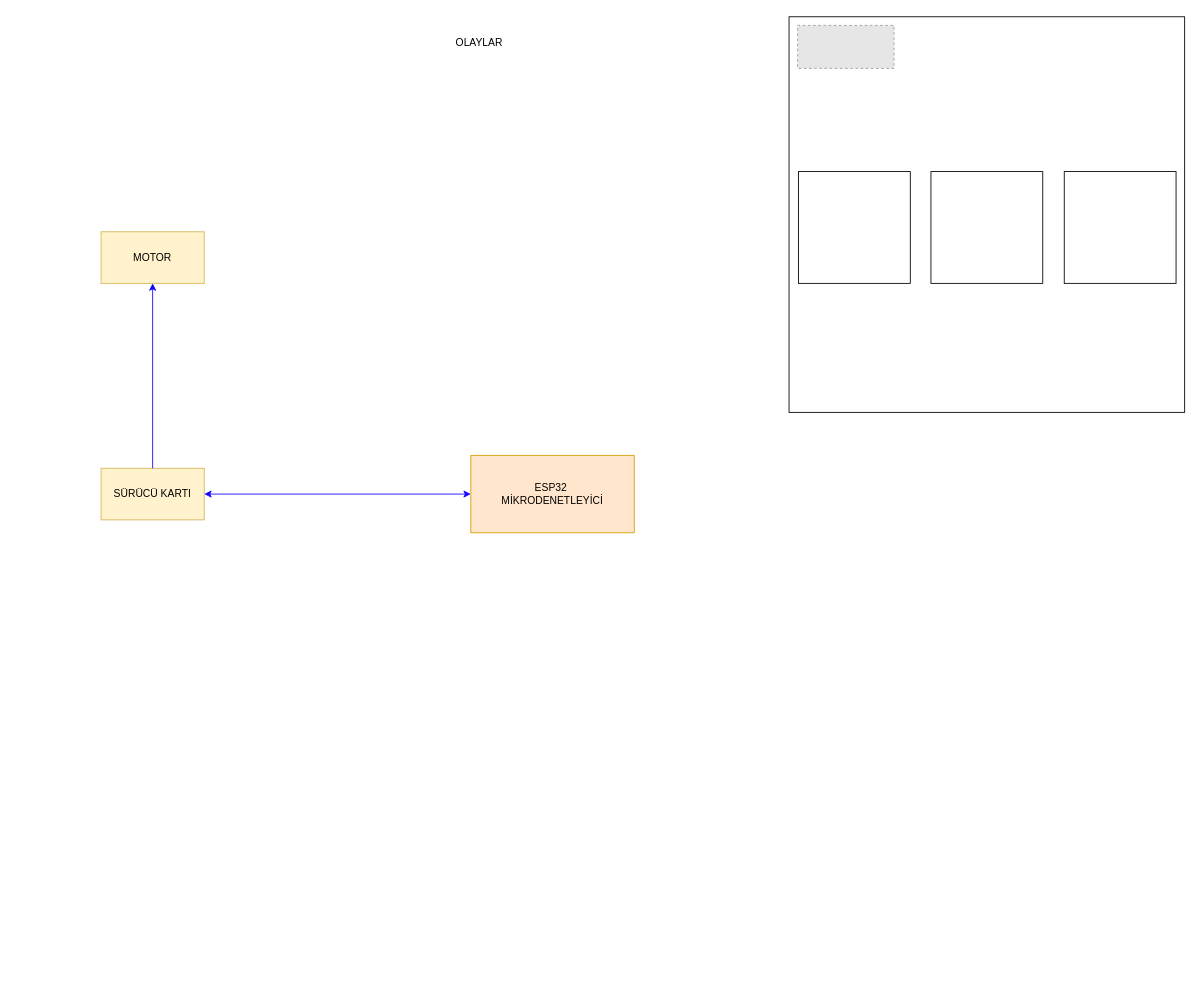
Above: Kaynak/BlockDiagram.drawio in emretemirdev/BabySense (draw.io), before the change. Source tidied: cells renumbered, new cells numbered last; positions are measured from the earlier drawing's top-left corner, leaving out a move shared by most shapes. Both pictures are drawn from the tidied source at 86%, with x=0, y=0 at pixel (101, 16). Pictures stored in the file or linked from it are replaced by grey dashed boxes.
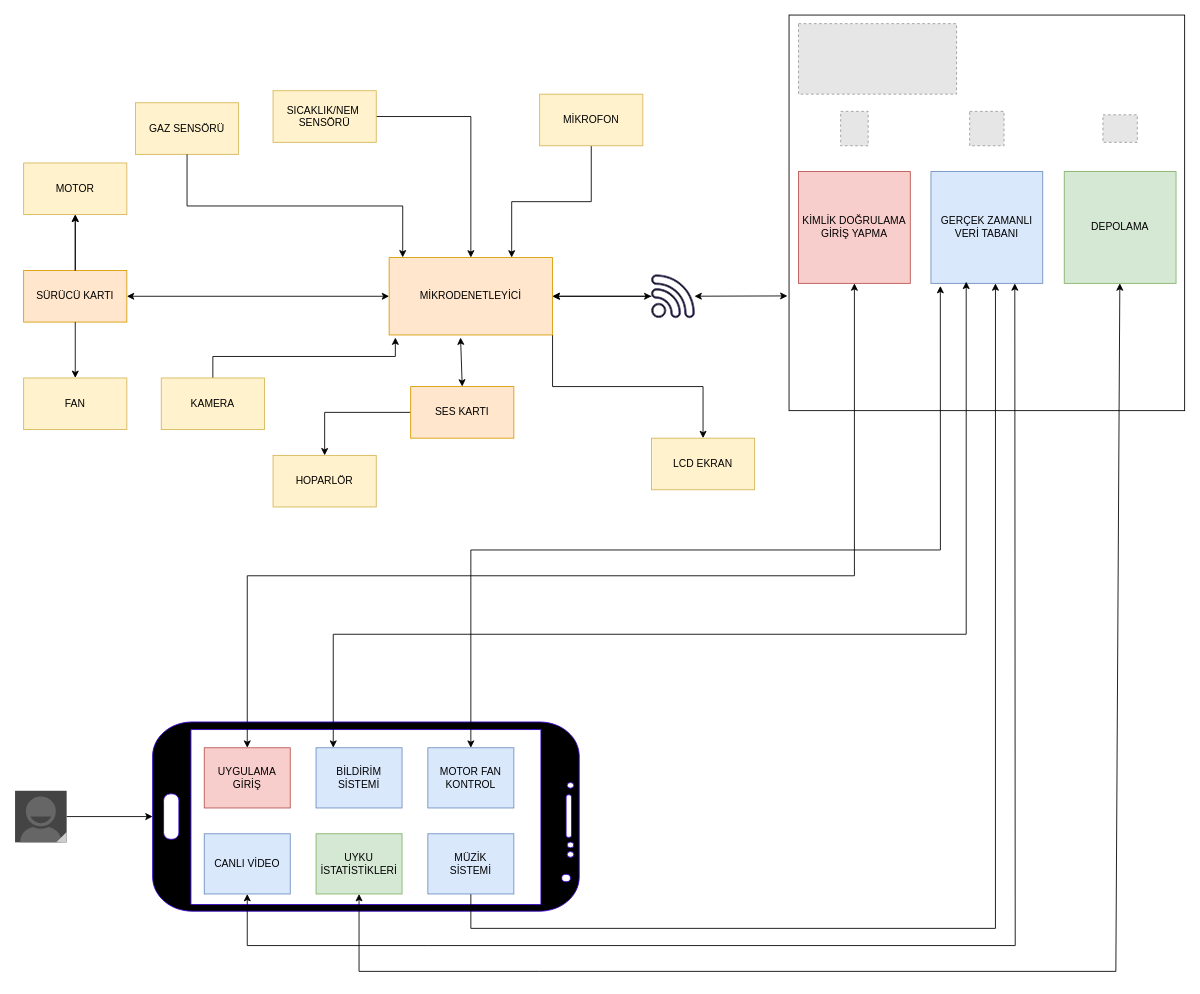
Above is the later version.

Diff of the diagram source:
```diff
@@
+    <mxCell id="13" style="edgeStyle=orthogonalEdgeStyle;rounded=0;jettySize=auto;html=1;entryX=0.5;entryY=0;entryDx=0;entryDy=0;exitX=1;exitY=1;exitDx=0;exitDy=0;" parent="1" edge="1" source="2" target="38">
+      <mxGeometry relative="1" as="geometry" />
+    </mxCell>
-    <mxCell id="2" value="ESP32&amp;nbsp;&lt;br&gt;MİKRODENETLEYİCİ" style="rounded=0;whiteSpace=wrap;html=1;fillColor=#ffe6cc;strokeColor=#d79b00;" parent="1" vertex="1">
-      <mxGeometry x="430" y="510" width="190" height="90" as="geometry" />
+    <mxCell id="2" value="MİKRODENETLEYİCİ" style="rounded=0;whiteSpace=wrap;html=1;fillColor=#ffe6cc;strokeColor=#d79b00;" parent="1" vertex="1">
+      <mxGeometry x="335" y="280" width="190" height="90" as="geometry" />
     </mxCell>
-    <mxCell id="3" value="OLAYLAR" style="text;strokeColor=none;align=center;fillColor=none;html=1;verticalAlign=middle;whiteSpace=wrap;rounded=0;" parent="1" vertex="1">
-      <mxGeometry x="400" width="80" height="60" as="geometry" />
-    </mxCell>
-    <mxCell id="4" value="MOTOR" style="rounded=0;whiteSpace=wrap;html=1;fillColor=#fff2cc;strokeColor=#d6b656;" parent="1" vertex="1">
-      <mxGeometry y="250" width="120" height="60" as="geometry" />
-    </mxCell>
-    <mxCell id="5" value="SÜRÜCÜ KARTI" style="rounded=0;whiteSpace=wrap;html=1;fillColor=#fff2cc;strokeColor=#d6b656;" parent="1" vertex="1">
-      <mxGeometry y="525" width="120" height="60" as="geometry" />
-    </mxCell>
-    <mxCell id="6" style="endArrow=classic;startArrow=classic;html=1;rounded=0;exitX=1;exitY=0.5;exitDx=0;exitDy=0;entryX=0;entryY=0.5;entryDx=0;entryDy=0;strokeColor=#1303FF;" parent="1" edge="1" source="5" target="2">
+    <mxCell id="6" style="endArrow=classic;startArrow=classic;html=1;rounded=0;exitX=1;exitY=0.5;exitDx=0;exitDy=0;entryX=0;entryY=0.5;entryDx=0;entryDy=0;strokeColor=#000000;" parent="1" edge="1" source="5" target="2">
       <mxGeometry relative="1" as="geometry" />
     </mxCell>
-    <mxCell id="7" style="endArrow=classic;html=1;rounded=0;exitX=0.5;exitY=0;exitDx=0;exitDy=0;entryX=0.5;entryY=1;entryDx=0;entryDy=0;strokeColor=#1100FF;" parent="1" edge="1" source="5" target="4">
-      <mxGeometry relative="1" as="geometry" />
-    </mxCell>
     <mxCell id="8" style="whiteSpace=wrap;html=1;" parent="1" vertex="1">
-      <mxGeometry x="800" width="460" height="460" as="geometry" />
+      <mxGeometry x="800" y="-2" width="460" height="460" as="geometry" />
     </mxCell>
-    <mxCell id="9" style="fillColor=#E6E6E6;strokeColor=#999999;dashed=1;verticalLabelPosition=bottom;verticalAlign=top;" parent="1" vertex="1">
-      <mxGeometry x="810" y="10" width="112.1" height="50" as="geometry" />
-    </mxCell>
-    <mxCell id="10" style="whiteSpace=wrap;html=1;" parent="1" vertex="1">
+    <mxCell id="10" value="KİMLİK DOĞRULAMA&lt;br&gt;GİRİŞ YAPMA" style="whiteSpace=wrap;html=1;fillColor=#f8cecc;strokeColor=#b85450;" parent="1" vertex="1">
       <mxGeometry x="811" y="180" width="130" height="130" as="geometry" />
     </mxCell>
-    <mxCell id="11" style="whiteSpace=wrap;html=1;" parent="1" vertex="1">
+    <mxCell id="11" value="GERÇEK ZAMANLI VERİ TABANI" style="whiteSpace=wrap;html=1;fillColor=#dae8fc;strokeColor=#6c8ebf;" parent="1" vertex="1">
       <mxGeometry x="965" y="180" width="130" height="130" as="geometry" />
     </mxCell>
-    <mxCell id="12" style="whiteSpace=wrap;html=1;" parent="1" vertex="1">
+    <mxCell id="12" value="DEPOLAMA" style="whiteSpace=wrap;html=1;fillColor=#d5e8d4;strokeColor=#82b366;" parent="1" vertex="1">
       <mxGeometry x="1120" y="180" width="130" height="130" as="geometry" />
     </mxCell>
+    <mxCell id="14" style="fillColor=#E6E6E6;strokeColor=#999999;dashed=1;html=1;verticalLabelPosition=bottom;labelBackgroundColor=#ffffff;verticalAlign=top;" parent="1" vertex="1">
+      <mxGeometry x="1010" y="110" width="40" height="40" as="geometry" />
+    </mxCell>
+    <mxCell id="15" style="fillColor=#E6E6E6;strokeColor=#999999;dashed=1;html=1;verticalLabelPosition=bottom;labelBackgroundColor=#ffffff;verticalAlign=top;" parent="1" vertex="1">
+      <mxGeometry x="1165" y="114" width="40" height="32" as="geometry" />
+    </mxCell>
+    <mxCell id="16" style="fillColor=#E6E6E6;strokeColor=#999999;dashed=1;html=1;verticalLabelPosition=bottom;labelBackgroundColor=#ffffff;verticalAlign=top;" parent="1" vertex="1">
+      <mxGeometry x="860" y="110" width="32" height="40" as="geometry" />
+    </mxCell>
+    <mxCell id="17" style="verticalLabelPosition=bottom;verticalAlign=top;html=1;shadow=0;dashed=0;strokeWidth=1;shape=mxgraph.android.phone2;strokeColor=#3700CC;direction=south;fillColor=#000000;fontColor=#ffffff;fillStyle=auto;" parent="1" vertex="1">
+      <mxGeometry x="60" y="820" width="496" height="220" as="geometry" />
+    </mxCell>
+    <mxCell id="18" value="UYGULAMA GİRİŞ" style="rounded=0;whiteSpace=wrap;html=1;fillColor=#f8cecc;strokeColor=#b85450;" parent="1" vertex="1">
+      <mxGeometry x="120" y="850" width="100" height="70" as="geometry" />
+    </mxCell>
+    <mxCell id="19" value="BİLDİRİM SİSTEMİ" style="rounded=0;whiteSpace=wrap;html=1;fillColor=#dae8fc;strokeColor=#6c8ebf;" parent="1" vertex="1">
+      <mxGeometry x="250" y="850" width="100" height="70" as="geometry" />
+    </mxCell>
+    <mxCell id="20" value="CANLI VİDEO&lt;br&gt;" style="rounded=0;whiteSpace=wrap;html=1;fillColor=#dae8fc;strokeColor=#6c8ebf;" parent="1" vertex="1">
+      <mxGeometry x="120" y="950" width="100" height="70" as="geometry" />
+    </mxCell>
+    <mxCell id="21" value="UYKU İSTATİSTİKLERİ" style="rounded=0;whiteSpace=wrap;html=1;fillColor=#d5e8d4;strokeColor=#82b366;" parent="1" vertex="1">
+      <mxGeometry x="250" y="950" width="100" height="70" as="geometry" />
+    </mxCell>
+    <mxCell id="22" value="MOTOR FAN KONTROL" style="rounded=0;whiteSpace=wrap;html=1;fillColor=#dae8fc;strokeColor=#6c8ebf;" parent="1" vertex="1">
+      <mxGeometry x="380" y="850" width="100" height="70" as="geometry" />
+    </mxCell>
+    <mxCell id="23" style="edgeStyle=orthogonalEdgeStyle;rounded=0;jettySize=auto;html=1;entryX=0.577;entryY=1;entryDx=0;entryDy=0;entryPerimeter=0;exitX=0.5;exitY=1;exitDx=0;exitDy=0;" parent="1" edge="1" source="24" target="11">
+      <mxGeometry relative="1" as="geometry">
+        <Array as="points">
+          <mxPoint x="430" y="1060" />
+          <mxPoint x="1040" y="1060" />
+        </Array>
+      </mxGeometry>
+    </mxCell>
+    <mxCell id="24" value="MÜZİK&lt;br&gt;SİSTEMİ" style="rounded=0;whiteSpace=wrap;html=1;fillColor=#dae8fc;strokeColor=#6c8ebf;" parent="1" vertex="1">
+      <mxGeometry x="380" y="950" width="100" height="70" as="geometry" />
+    </mxCell>
+    <mxCell id="25" style="endArrow=classic;startArrow=classic;html=1;rounded=0;exitX=0.44;exitY=0.029;exitDx=0;exitDy=0;exitPerimeter=0;entryX=0.5;entryY=1;entryDx=0;entryDy=0;" parent="1" edge="1">
+      <mxGeometry relative="1" as="geometry">
+        <mxPoint x="270" y="850" as="sourcePoint" />
+        <mxPoint x="1006" y="308" as="targetPoint" />
+        <Array as="points">
+          <mxPoint x="270" y="718" />
+          <mxPoint x="1006" y="718" />
+        </Array>
+      </mxGeometry>
+    </mxCell>
+    <mxCell id="26" style="endArrow=classic;startArrow=classic;html=1;rounded=0;exitX=0.5;exitY=0;exitDx=0;exitDy=0;entryX=0.5;entryY=1;entryDx=0;entryDy=0;" parent="1" edge="1" source="18" target="10">
+      <mxGeometry relative="1" as="geometry">
+        <Array as="points">
+          <mxPoint x="170" y="650" />
+          <mxPoint x="876" y="650" />
+        </Array>
+      </mxGeometry>
+    </mxCell>
+    <mxCell id="27" style="endArrow=classic;startArrow=classic;html=1;rounded=0;exitX=0.5;exitY=0;exitDx=0;exitDy=0;entryX=0.084;entryY=1.023;entryDx=0;entryDy=0;entryPerimeter=0;" parent="1" edge="1" source="22" target="11">
+      <mxGeometry relative="1" as="geometry">
+        <Array as="points">
+          <mxPoint x="430" y="620" />
+          <mxPoint x="976" y="620" />
+        </Array>
+      </mxGeometry>
+    </mxCell>
+    <mxCell id="28" style="endArrow=classic;startArrow=classic;html=1;rounded=0;exitX=0.5;exitY=1;exitDx=0;exitDy=0;entryX=0.75;entryY=1;entryDx=0;entryDy=0;" parent="1" edge="1" source="20" target="11">
+      <mxGeometry relative="1" as="geometry">
+        <Array as="points">
+          <mxPoint x="170" y="1080" />
+          <mxPoint x="380" y="1080" />
+          <mxPoint x="1063" y="1080" />
+        </Array>
+      </mxGeometry>
+    </mxCell>
+    <mxCell id="29" style="endArrow=classic;startArrow=classic;html=1;rounded=0;" parent="1" edge="1" source="21" target="12">
+      <mxGeometry relative="1" as="geometry">
+        <Array as="points">
+          <mxPoint x="300" y="1110" />
+          <mxPoint x="510" y="1110" />
+          <mxPoint x="1180" y="1110" />
+        </Array>
+      </mxGeometry>
+    </mxCell>
+    <mxCell id="30" style="edgeStyle=orthogonalEdgeStyle;rounded=0;jettySize=auto;html=1;" parent="1" edge="1" source="31" target="2">
+      <mxGeometry relative="1" as="geometry" />
+    </mxCell>
+    <mxCell id="31" style="sketch=0;shadow=0;dashed=0;html=1;strokeColor=#56517e;fillColor=#000000;labelPosition=center;verticalLabelPosition=bottom;verticalAlign=top;align=center;outlineConnect=0;shape=mxgraph.vvd.wi_fi;" parent="1" vertex="1">
+      <mxGeometry x="640" y="300" width="50" height="50" as="geometry" />
+    </mxCell>
+    <mxCell id="32" style="endArrow=classic;startArrow=classic;html=1;rounded=0;exitX=1;exitY=0.5;exitDx=0;exitDy=0;" parent="1" edge="1" source="2" target="31">
+      <mxGeometry relative="1" as="geometry" />
+    </mxCell>
+    <mxCell id="33" style="endArrow=classic;startArrow=classic;html=1;rounded=0;entryX=-0.004;entryY=0.71;entryDx=0;entryDy=0;entryPerimeter=0;" parent="1" edge="1" source="31" target="8">
+      <mxGeometry relative="1" as="geometry" />
+    </mxCell>
+    <mxCell id="5" value="SÜRÜCÜ KARTI" style="rounded=0;whiteSpace=wrap;html=1;fillColor=#ffe6cc;strokeColor=#d79b00;" parent="1" vertex="1">
+      <mxGeometry x="-90" y="295" width="120" height="60" as="geometry" />
+    </mxCell>
+    <mxCell id="4" value="MOTOR" style="whiteSpace=wrap;html=1;fillColor=#fff2cc;strokeColor=#d6b656;rounded=0;" parent="1" vertex="1">
+      <mxGeometry x="-90" y="170" width="120" height="60" as="geometry" />
+    </mxCell>
+    <mxCell id="34" style="edgeStyle=orthogonalEdgeStyle;rounded=0;jettySize=auto;html=1;" parent="1" edge="1" source="5" target="4">
+      <mxGeometry relative="1" as="geometry" />
+    </mxCell>
+    <mxCell id="35" style="edgeStyle=orthogonalEdgeStyle;rounded=0;jettySize=auto;html=1;strokeColor=#000000;" parent="1" edge="1" source="5" target="4">
+      <mxGeometry relative="1" as="geometry" />
+    </mxCell>
+    <mxCell id="36" value="FAN" style="rounded=0;whiteSpace=wrap;html=1;fillColor=#fff2cc;strokeColor=#d6b656;" parent="1" vertex="1">
+      <mxGeometry x="-90" y="420" width="120" height="60" as="geometry" />
+    </mxCell>
+    <mxCell id="37" style="edgeStyle=orthogonalEdgeStyle;rounded=0;jettySize=auto;html=1;strokeColor=#000000;" parent="1" edge="1" source="5" target="36">
+      <mxGeometry relative="1" as="geometry" />
+    </mxCell>
+    <mxCell id="38" value="LCD EKRAN" style="rounded=0;whiteSpace=wrap;html=1;fillColor=#fff2cc;strokeColor=#d6b656;" parent="1" vertex="1">
+      <mxGeometry x="640" y="490" width="120" height="60" as="geometry" />
+    </mxCell>
+    <mxCell id="39" style="edgeStyle=orthogonalEdgeStyle;rounded=0;jettySize=auto;html=1;exitX=0.5;exitY=0;exitDx=0;exitDy=0;entryX=0.038;entryY=1.033;entryDx=0;entryDy=0;entryPerimeter=0;" parent="1" edge="1" source="40" target="2">
+      <mxGeometry relative="1" as="geometry" />
+    </mxCell>
+    <mxCell id="40" value="KAMERA" style="rounded=0;whiteSpace=wrap;html=1;fillColor=#fff2cc;strokeColor=#d6b656;" parent="1" vertex="1">
+      <mxGeometry x="70" y="420" width="120" height="60" as="geometry" />
+    </mxCell>
+    <mxCell id="41" value="GAZ SENSÖRÜ" style="whiteSpace=wrap;html=1;fillColor=#fff2cc;strokeColor=#d6b656;rounded=0;" parent="1" vertex="1">
+      <mxGeometry x="40" y="100" width="120" height="60" as="geometry" />
+    </mxCell>
+    <mxCell id="42" style="edgeStyle=orthogonalEdgeStyle;rounded=0;jettySize=auto;html=1;entryX=0.5;entryY=0;entryDx=0;entryDy=0;" parent="1" edge="1" source="43" target="2">
+      <mxGeometry relative="1" as="geometry" />
+    </mxCell>
+    <mxCell id="43" value="SICAKLIK/NEM&amp;nbsp;&lt;br&gt;SENSÖRÜ" style="whiteSpace=wrap;html=1;fillColor=#fff2cc;strokeColor=#d6b656;rounded=0;" parent="1" vertex="1">
+      <mxGeometry x="200" y="86" width="120" height="60" as="geometry" />
+    </mxCell>
+    <mxCell id="44" style="edgeStyle=orthogonalEdgeStyle;rounded=0;jettySize=auto;html=1;entryX=0.083;entryY=-0.002;entryDx=0;entryDy=0;entryPerimeter=0;exitX=0.5;exitY=1;exitDx=0;exitDy=0;" parent="1" edge="1" source="41" target="2">
+      <mxGeometry relative="1" as="geometry">
+        <Array as="points">
+          <mxPoint x="100" y="220" />
+          <mxPoint x="351" y="220" />
+        </Array>
+      </mxGeometry>
+    </mxCell>
+    <mxCell id="45" style="edgeStyle=orthogonalEdgeStyle;rounded=0;jettySize=auto;html=1;entryX=0.5;entryY=0;entryDx=0;entryDy=0;" parent="1" edge="1" source="46" target="50">
+      <mxGeometry relative="1" as="geometry" />
+    </mxCell>
+    <mxCell id="46" value="SES KARTI" style="rounded=0;whiteSpace=wrap;html=1;fillColor=#ffe6cc;strokeColor=#d79b00;" parent="1" vertex="1">
+      <mxGeometry x="360" y="430" width="120" height="60" as="geometry" />
+    </mxCell>
+    <mxCell id="47" style="edgeStyle=orthogonalEdgeStyle;rounded=0;jettySize=auto;html=1;entryX=0.75;entryY=0;entryDx=0;entryDy=0;" parent="1" edge="1" source="48" target="2">
+      <mxGeometry relative="1" as="geometry" />
+    </mxCell>
+    <mxCell id="48" value="MİKROFON" style="rounded=0;whiteSpace=wrap;html=1;fillColor=#fff2cc;strokeColor=#d6b656;" parent="1" vertex="1">
+      <mxGeometry x="510" y="90" width="120" height="60" as="geometry" />
+    </mxCell>
+    <mxCell id="49" style="endArrow=classic;startArrow=classic;html=1;rounded=0;exitX=0.5;exitY=0;exitDx=0;exitDy=0;entryX=0.437;entryY=1.033;entryDx=0;entryDy=0;entryPerimeter=0;" parent="1" edge="1" source="46" target="2">
+      <mxGeometry relative="1" as="geometry" />
+    </mxCell>
+    <mxCell id="50" value="HOPARLÖR" style="rounded=0;whiteSpace=wrap;html=1;fillColor=#fff2cc;strokeColor=#d6b656;" parent="1" vertex="1">
+      <mxGeometry x="200" y="510" width="120" height="60" as="geometry" />
+    </mxCell>
+    <mxCell id="51" style="fillColor=#E6E6E6;strokeColor=#999999;dashed=1;verticalLabelPosition=bottom;verticalAlign=top;" parent="1" vertex="1">
+      <mxGeometry x="811" y="8" width="183.8" height="82" as="geometry" />
+    </mxCell>
+    <mxCell id="52" style="edgeStyle=orthogonalEdgeStyle;rounded=0;jettySize=auto;html=1;" parent="1" edge="1" source="53" target="17">
+      <mxGeometry relative="1" as="geometry" />
+    </mxCell>
+    <mxCell id="53" style="verticalLabelPosition=bottom;verticalAlign=top;html=1;shadow=0;dashed=0;strokeWidth=1;shape=mxgraph.android.contact_badge_normal;sketch=0;" parent="1" vertex="1">
+      <mxGeometry x="-100" y="900" width="60" height="60" as="geometry" />
+    </mxCell>
```
